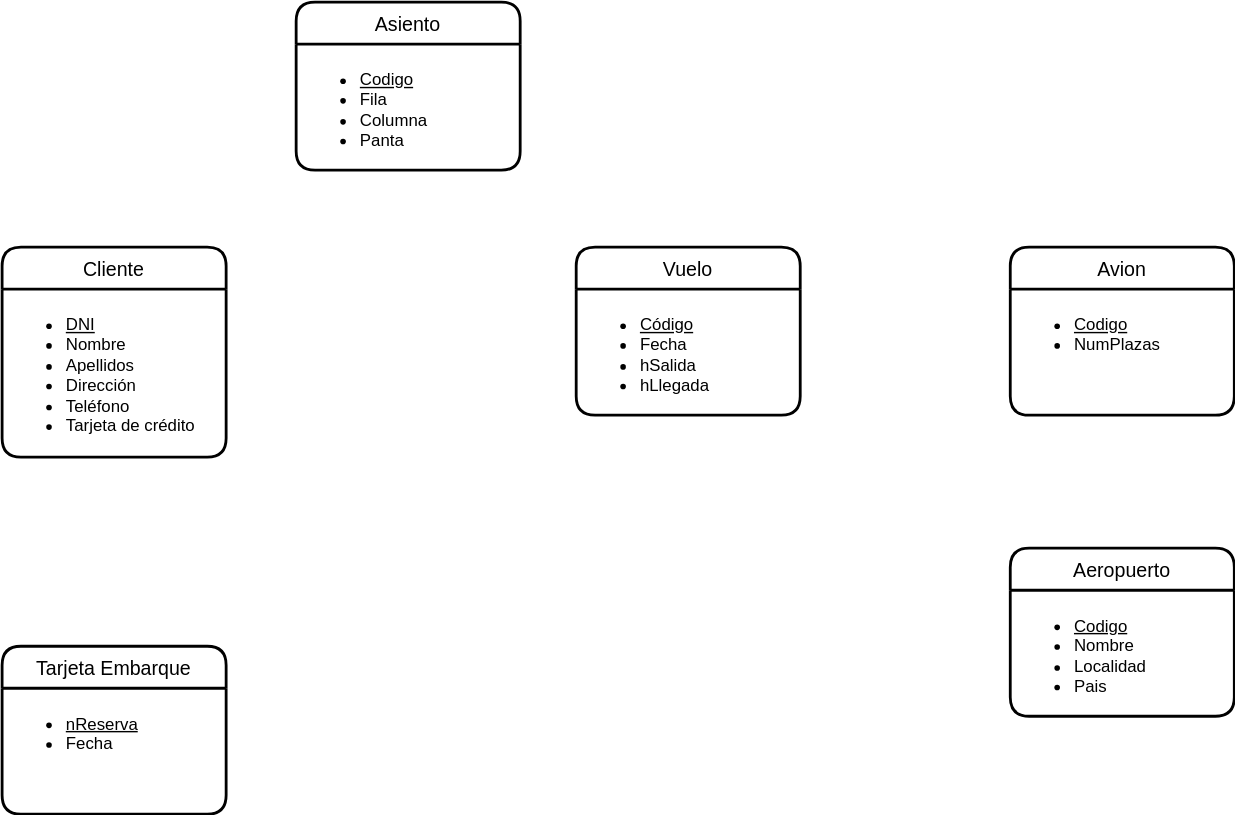
Earlier version of the draw.io export UD12-8.svg (Jimxx22/C3-UD11-UML). Source tidied: cells renumbered, new cells last; positions are measured from the earlier drawing's top-left corner, leaving out a move shared by most shapes.
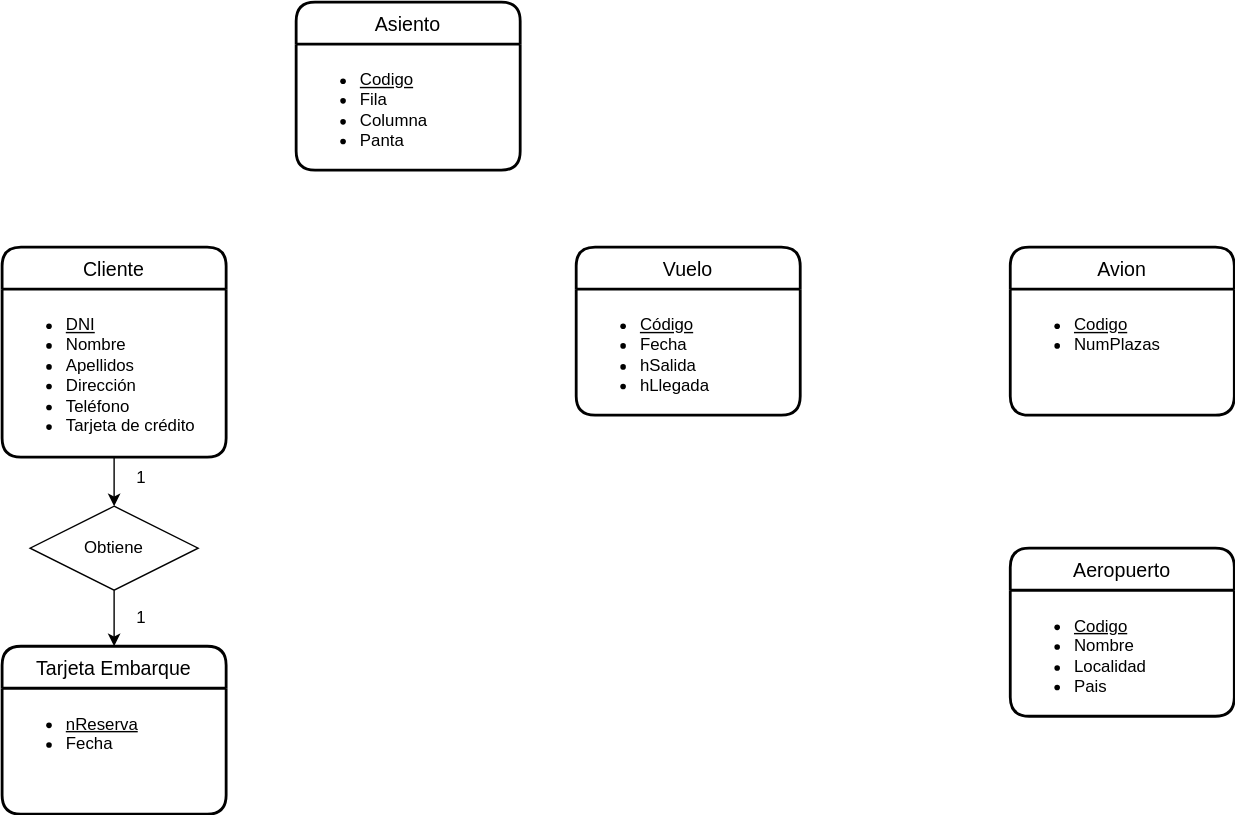
The same file after the commit.

Change to the diagram source:
```diff
@@ -2,6 +2,9 @@
   <root>
     <mxCell id="0" />
     <mxCell id="1" parent="0" />
+    <mxCell id="14" style="edgeStyle=orthogonalEdgeStyle;rounded=0;jettySize=auto;html=1;exitX=0.5;exitY=1;exitDx=0;exitDy=0;entryX=0.5;entryY=0;entryDx=0;entryDy=0;" parent="1" edge="1" source="2" target="16">
+      <mxGeometry relative="1" as="geometry" />
+    </mxCell>
     <mxCell id="2" value="Cliente" style="swimlane;horizontal=1;startSize=30;rounded=1;fontSize=14;fontStyle=0;strokeWidth=2;shadow=0;dashed=0;align=center;html=0;" parent="1" vertex="1">
       <mxGeometry y="175" width="160" height="150" as="geometry" />
     </mxCell>
@@ -38,5 +41,21 @@
     <mxCell id="13" value="&lt;ul&gt;&lt;li&gt;&lt;span style=&quot;background-color: initial;&quot;&gt;&lt;u&gt;nReserva&lt;/u&gt;&lt;/span&gt;&lt;/li&gt;&lt;li&gt;Fecha&lt;/li&gt;&lt;/ul&gt;" style="align=left;strokeColor=none;fillColor=none;spacingLeft=4;fontSize=12;verticalAlign=top;html=1;" parent="12" vertex="1">
       <mxGeometry y="30" width="160" height="90" as="geometry" />
     </mxCell>
+    <mxCell id="15" style="edgeStyle=orthogonalEdgeStyle;rounded=0;jettySize=auto;html=1;exitX=0.5;exitY=1;exitDx=0;exitDy=0;entryX=0.5;entryY=0;entryDx=0;entryDy=0;" parent="1" edge="1" source="16" target="12">
+      <mxGeometry relative="1" as="geometry" />
+    </mxCell>
+    <mxCell id="16" value="Obtiene" style="shape=rhombus;perimeter=rhombusPerimeter;whiteSpace=wrap;html=1;align=center;" parent="1" vertex="1">
+      <mxGeometry x="20" y="360" width="120" height="60" as="geometry" />
+    </mxCell>
+    <mxCell id="17" value="1" style="html=1;align=right;verticalAlign=bottom;" parent="1" vertex="1">
+      <mxGeometry x="500" y="460" as="geometry">
+        <mxPoint x="-397" y="-112" as="offset" />
+      </mxGeometry>
+    </mxCell>
+    <mxCell id="18" value="1" style="html=1;align=right;verticalAlign=bottom;" parent="1" vertex="1">
+      <mxGeometry x="500" y="560" as="geometry">
+        <mxPoint x="-397" y="-112" as="offset" />
+      </mxGeometry>
+    </mxCell>
   </root>
 </mxGraphModel>
```
